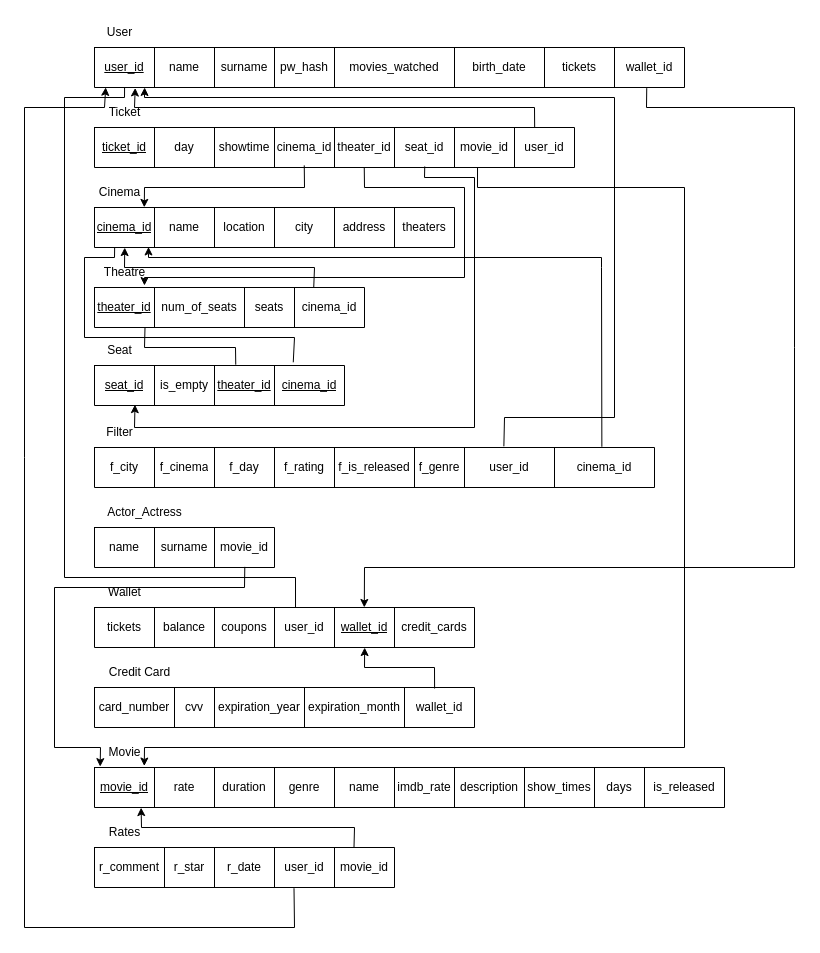
kelma01/dbms_project keeps this draw.io diagram as proje_diagram_tablo.drawio. Above is the earlier version. Source tidied: cells renumbered, new cells numbered last; positions are measured from the earlier drawing's top-left corner, leaving out a move shared by most shapes. Both pictures are drawn from the tidied source at 100%, with x=0, y=0 at pixel (24, 17).
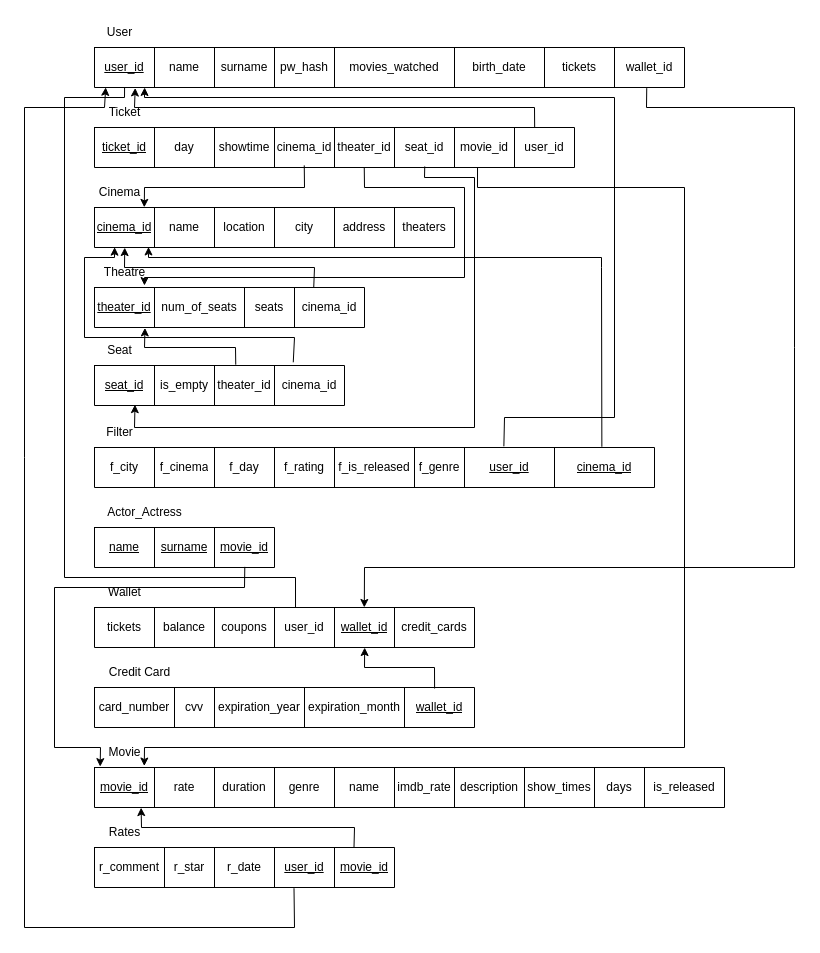
The same diagram, later.

Unchanged cells that the change refers to:
```xml
<mxCell id="25" style="shape=tableRow;horizontal=0;startSize=0;swimlaneHead=0;swimlaneBody=0;strokeColor=inherit;top=0;left=0;bottom=0;right=0;fillColor=none;points=[[0,0.5],[1,0.5]];portConstraint=eastwest;" parent="24" vertex="1">
  <mxGeometry width="360" height="40" as="geometry" />
</mxCell>
<mxCell id="35" style="shape=tableRow;horizontal=0;startSize=0;swimlaneHead=0;swimlaneBody=0;strokeColor=inherit;top=0;left=0;bottom=0;right=0;fillColor=none;points=[[0,0.5],[1,0.5]];portConstraint=eastwest;" parent="34" vertex="1">
  <mxGeometry width="270" height="40" as="geometry" />
</mxCell>
<mxCell id="42" style="shape=tableRow;horizontal=0;startSize=0;swimlaneHead=0;swimlaneBody=0;strokeColor=inherit;top=0;left=0;bottom=0;right=0;fillColor=none;points=[[0,0.5],[1,0.5]];portConstraint=eastwest;" parent="41" vertex="1">
  <mxGeometry width="250" height="40" as="geometry" />
</mxCell>
<mxCell id="48" style="shape=tableRow;horizontal=0;startSize=0;swimlaneHead=0;swimlaneBody=0;strokeColor=inherit;top=0;left=0;bottom=0;right=0;fillColor=none;points=[[0,0.5],[1,0.5]];portConstraint=eastwest;" parent="47" vertex="1">
  <mxGeometry width="560" height="40" as="geometry" />
</mxCell>
<mxCell id="60" style="shape=tableRow;horizontal=0;startSize=0;swimlaneHead=0;swimlaneBody=0;strokeColor=inherit;top=0;left=0;bottom=0;right=0;fillColor=none;points=[[0,0.5],[1,0.5]];portConstraint=eastwest;" parent="59" vertex="1">
  <mxGeometry width="180" height="40" as="geometry" />
</mxCell>
<mxCell id="75" style="shape=tableRow;horizontal=0;startSize=0;swimlaneHead=0;swimlaneBody=0;strokeColor=inherit;top=0;left=0;bottom=0;right=0;fillColor=none;points=[[0,0.5],[1,0.5]];portConstraint=eastwest;" parent="74" vertex="1">
  <mxGeometry width="380" height="40" as="geometry" />
</mxCell>
<mxCell id="98" style="shape=tableRow;horizontal=0;startSize=0;swimlaneHead=0;swimlaneBody=0;strokeColor=inherit;top=0;left=0;bottom=0;right=0;fillColor=none;points=[[0,0.5],[1,0.5]];portConstraint=eastwest;" parent="97" vertex="1">
  <mxGeometry width="300" height="40" as="geometry" />
</mxCell>
```

Diff of the diagram source:
```diff
@@
-    <mxCell id="45" value="&lt;u&gt;theater_id&lt;/u&gt;" style="shape=partialRectangle;html=1;whiteSpace=wrap;strokeColor=inherit;overflow=hidden;fillColor=none;top=0;left=0;bottom=0;right=0;" parent="42" vertex="1">
+    <mxCell id="45" value="theater_id" style="shape=partialRectangle;html=1;whiteSpace=wrap;strokeColor=inherit;overflow=hidden;fillColor=none;top=0;left=0;bottom=0;right=0;" parent="42" vertex="1">
       <mxGeometry x="120" width="60" height="40" as="geometry" />
     </mxCell>
-    <mxCell id="46" value="&lt;u&gt;cinema_id&lt;/u&gt;" style="shape=partialRectangle;html=1;whiteSpace=wrap;strokeColor=inherit;overflow=hidden;fillColor=none;top=0;left=0;bottom=0;right=0;" parent="42" vertex="1">
+    <mxCell id="46" value="cinema_id" style="shape=partialRectangle;html=1;whiteSpace=wrap;strokeColor=inherit;overflow=hidden;fillColor=none;top=0;left=0;bottom=0;right=0;" parent="42" vertex="1">
       <mxGeometry x="180" width="70" height="40" as="geometry" />
     </mxCell>
@@
-    <mxCell id="55" value="user_id" style="shape=partialRectangle;html=1;whiteSpace=wrap;strokeColor=inherit;overflow=hidden;fillColor=none;top=0;left=0;bottom=0;right=0;" parent="48" vertex="1">
+    <mxCell id="55" value="&lt;u&gt;user_id&lt;/u&gt;" style="shape=partialRectangle;html=1;whiteSpace=wrap;strokeColor=inherit;overflow=hidden;fillColor=none;top=0;left=0;bottom=0;right=0;" parent="48" vertex="1">
       <mxGeometry x="370" width="90" height="40" as="geometry" />
     </mxCell>
-    <mxCell id="56" value="cinema_id" style="shape=partialRectangle;html=1;whiteSpace=wrap;strokeColor=inherit;overflow=hidden;fillColor=none;top=0;left=0;bottom=0;right=0;" parent="48" vertex="1">
+    <mxCell id="56" value="&lt;u&gt;cinema_id&lt;/u&gt;" style="shape=partialRectangle;html=1;whiteSpace=wrap;strokeColor=inherit;overflow=hidden;fillColor=none;top=0;left=0;bottom=0;right=0;" parent="48" vertex="1">
       <mxGeometry x="460" width="100" height="40" as="geometry" />
     </mxCell>
@@
-    <mxCell id="61" value="name" style="shape=partialRectangle;html=1;whiteSpace=wrap;strokeColor=inherit;overflow=hidden;fillColor=none;top=0;left=0;bottom=0;right=0;" parent="60" vertex="1">
+    <mxCell id="61" value="&lt;u&gt;name&lt;/u&gt;" style="shape=partialRectangle;html=1;whiteSpace=wrap;strokeColor=inherit;overflow=hidden;fillColor=none;top=0;left=0;bottom=0;right=0;" parent="60" vertex="1">
       <mxGeometry width="60" height="40" as="geometry" />
     </mxCell>
-    <mxCell id="62" value="surname" style="shape=partialRectangle;html=1;whiteSpace=wrap;strokeColor=inherit;overflow=hidden;fillColor=none;top=0;left=0;bottom=0;right=0;" parent="60" vertex="1">
+    <mxCell id="62" value="&lt;u&gt;surname&lt;/u&gt;" style="shape=partialRectangle;html=1;whiteSpace=wrap;strokeColor=inherit;overflow=hidden;fillColor=none;top=0;left=0;bottom=0;right=0;" parent="60" vertex="1">
       <mxGeometry x="60" width="60" height="40" as="geometry" />
     </mxCell>
-    <mxCell id="63" value="movie_id" style="shape=partialRectangle;html=1;whiteSpace=wrap;strokeColor=inherit;overflow=hidden;fillColor=none;top=0;left=0;bottom=0;right=0;" parent="60" vertex="1">
+    <mxCell id="63" value="&lt;u&gt;movie_id&lt;/u&gt;" style="shape=partialRectangle;html=1;whiteSpace=wrap;strokeColor=inherit;overflow=hidden;fillColor=none;top=0;left=0;bottom=0;right=0;" parent="60" vertex="1">
       <mxGeometry x="120" width="60" height="40" as="geometry" />
     </mxCell>
@@
-    <mxCell id="80" value="wallet_id" style="shape=partialRectangle;html=1;whiteSpace=wrap;strokeColor=inherit;overflow=hidden;fillColor=none;top=0;left=0;bottom=0;right=0;" parent="75" vertex="1">
+    <mxCell id="80" value="&lt;u&gt;wallet_id&lt;/u&gt;" style="shape=partialRectangle;html=1;whiteSpace=wrap;strokeColor=inherit;overflow=hidden;fillColor=none;top=0;left=0;bottom=0;right=0;" parent="75" vertex="1">
       <mxGeometry x="310" width="70" height="40" as="geometry" />
     </mxCell>
@@
-    <mxCell id="102" value="user_id" style="shape=partialRectangle;html=1;whiteSpace=wrap;strokeColor=inherit;overflow=hidden;fillColor=none;top=0;left=0;bottom=0;right=0;" parent="98" vertex="1">
+    <mxCell id="102" value="&lt;u&gt;user_id&lt;/u&gt;" style="shape=partialRectangle;html=1;whiteSpace=wrap;strokeColor=inherit;overflow=hidden;fillColor=none;top=0;left=0;bottom=0;right=0;" parent="98" vertex="1">
       <mxGeometry x="180" width="60" height="40" as="geometry" />
     </mxCell>
-    <mxCell id="103" value="movie_id" style="shape=partialRectangle;html=1;whiteSpace=wrap;strokeColor=inherit;overflow=hidden;fillColor=none;top=0;left=0;bottom=0;right=0;" parent="98" vertex="1">
+    <mxCell id="103" value="&lt;u&gt;movie_id&lt;/u&gt;" style="shape=partialRectangle;html=1;whiteSpace=wrap;strokeColor=inherit;overflow=hidden;fillColor=none;top=0;left=0;bottom=0;right=0;" parent="98" vertex="1">
       <mxGeometry x="240" width="60" height="40" as="geometry" />
     </mxCell>
@@
-    <mxCell id="106" style="endArrow=none;html=1;rounded=0;exitX=0.187;exitY=1.01;exitDx=0;exitDy=0;exitPerimeter=0;entryX=0.565;entryY=-0.02;entryDx=0;entryDy=0;entryPerimeter=0;" parent="1" edge="1" source="35" target="42">
-      <mxGeometry relative="1" as="geometry">
-        <Array as="points">
-          <mxPoint x="120" y="330" />
-          <mxPoint x="211" y="330" />
-        </Array>
-      </mxGeometry>
-    </mxCell>
@@
-    <mxCell id="111" style="endArrow=none;html=1;rounded=0;entryX=0.795;entryY=-0.08;entryDx=0;entryDy=0;entryPerimeter=0;exitX=0.056;exitY=0.992;exitDx=0;exitDy=0;exitPerimeter=0;" parent="1" edge="1" source="25" target="42">
-      <mxGeometry relative="1" as="geometry">
-        <Array as="points">
-          <mxPoint x="90" y="240" />
-          <mxPoint x="60" y="240" />
-          <mxPoint x="60" y="320" />
-          <mxPoint x="270" y="320" />
-        </Array>
-      </mxGeometry>
-    </mxCell>
@@
+    <mxCell id="106" style="endArrow=classic;html=1;rounded=0;exitX=0.565;exitY=-0.02;exitDx=0;exitDy=0;exitPerimeter=0;entryX=0.187;entryY=1.01;entryDx=0;entryDy=0;entryPerimeter=0;" parent="1" edge="1" source="42" target="35">
+      <mxGeometry relative="1" as="geometry">
+        <Array as="points">
+          <mxPoint x="211" y="330" />
+          <mxPoint x="120" y="330" />
+        </Array>
+      </mxGeometry>
+    </mxCell>
+    <mxCell id="111" style="endArrow=classic;html=1;rounded=0;entryX=0.056;entryY=0.992;entryDx=0;entryDy=0;entryPerimeter=0;exitX=0.795;exitY=-0.08;exitDx=0;exitDy=0;exitPerimeter=0;" parent="1" edge="1" source="42" target="25">
+      <mxGeometry relative="1" as="geometry">
+        <Array as="points">
+          <mxPoint x="270" y="320" />
+          <mxPoint x="60" y="320" />
+          <mxPoint x="60" y="240" />
+          <mxPoint x="90" y="240" />
+        </Array>
+      </mxGeometry>
+    </mxCell>
```
